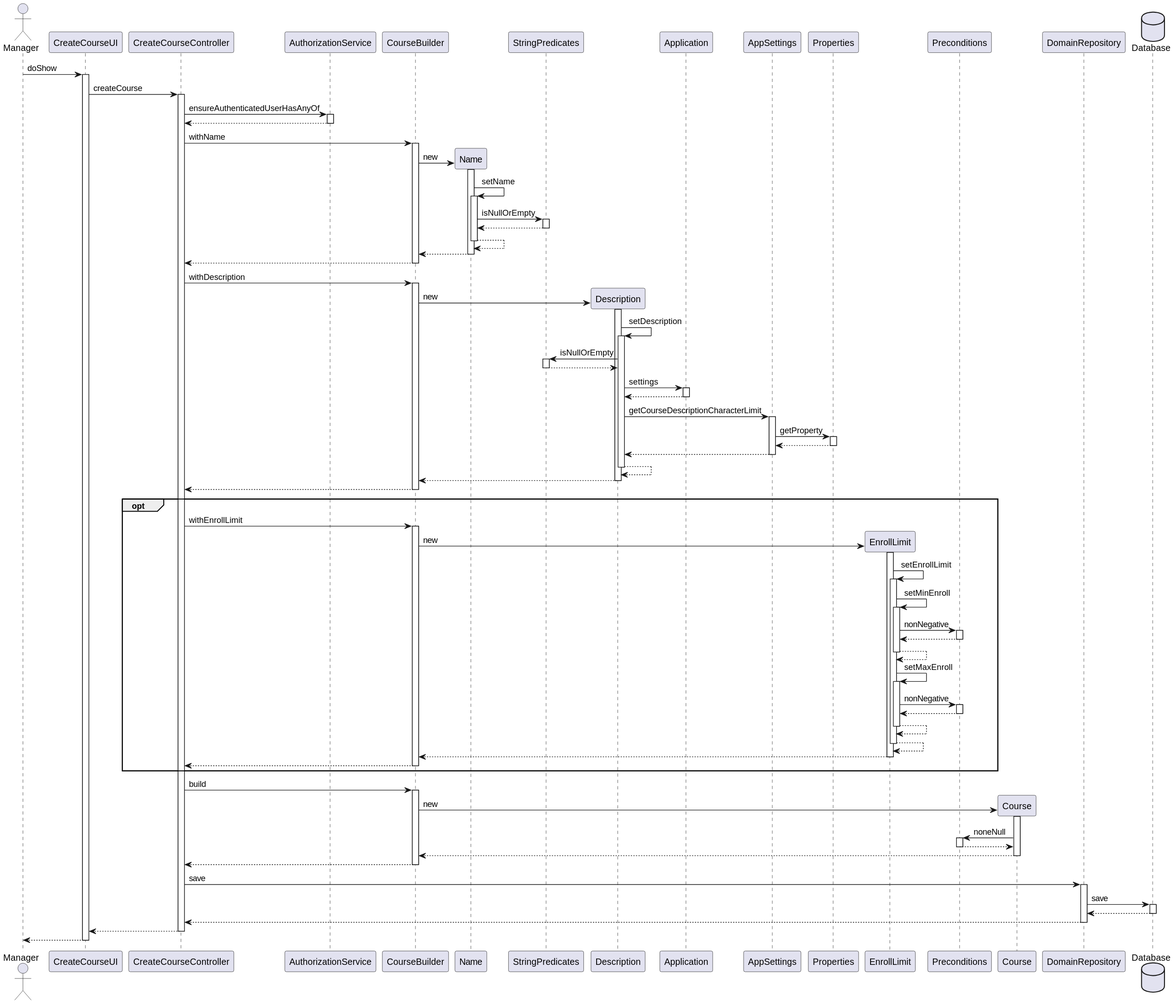
Earlier version of the PlantUML export docs/us_1002/CreateCourse_SD.svg (pedrocmesquita/eCourse). The source it was exported from:
```plantuml
@startuml
actor Manager as Actor
Actor -> CreateCourseUI : doShow
activate CreateCourseUI
CreateCourseUI -> CreateCourseController : createCourse
activate CreateCourseController
CreateCourseController -> AuthorizationService : ensureAuthenticatedUserHasAnyOf
activate AuthorizationService
AuthorizationService --> CreateCourseController
deactivate AuthorizationService
CreateCourseController -> CourseBuilder : withName
activate CourseBuilder
create Name
CourseBuilder -> Name : new
activate Name
Name -> Name : setName
activate Name
Name -> StringPredicates : isNullOrEmpty
activate StringPredicates
StringPredicates --> Name
deactivate StringPredicates
Name --> Name
deactivate Name
Name --> CourseBuilder
deactivate Name
CourseBuilder --> CreateCourseController
deactivate CourseBuilder
CreateCourseController -> CourseBuilder : withDescription
activate CourseBuilder
create Description
CourseBuilder -> Description : new
activate Description
Description -> Description : setDescription
activate Description
Description -> StringPredicates : isNullOrEmpty
activate StringPredicates
StringPredicates --> Description
deactivate StringPredicates
Description -> Application : settings
activate Application
Application --> Description
deactivate Application
Description -> AppSettings : getCourseDescriptionCharacterLimit
activate AppSettings
AppSettings -> Properties : getProperty
activate Properties
Properties --> AppSettings
deactivate Properties
AppSettings --> Description
deactivate AppSettings
Description --> Description
deactivate Description
Description --> CourseBuilder
deactivate Description
CourseBuilder --> CreateCourseController
deactivate CourseBuilder
opt
CreateCourseController -> CourseBuilder : withEnrollLimit
activate CourseBuilder
create EnrollLimit
CourseBuilder -> EnrollLimit : new
activate EnrollLimit
EnrollLimit -> EnrollLimit : setEnrollLimit
activate EnrollLimit
EnrollLimit -> EnrollLimit : setMinEnroll
activate EnrollLimit
EnrollLimit -> Preconditions : nonNegative
activate Preconditions
Preconditions --> EnrollLimit
deactivate Preconditions
EnrollLimit --> EnrollLimit
deactivate EnrollLimit
EnrollLimit -> EnrollLimit : setMaxEnroll
activate EnrollLimit
EnrollLimit -> Preconditions : nonNegative
activate Preconditions
Preconditions --> EnrollLimit
deactivate Preconditions
EnrollLimit --> EnrollLimit
deactivate EnrollLimit
EnrollLimit --> EnrollLimit
deactivate EnrollLimit
EnrollLimit --> CourseBuilder
deactivate EnrollLimit
CourseBuilder --> CreateCourseController
deactivate CourseBuilder
end
CreateCourseController -> CourseBuilder : build
activate CourseBuilder
create Course
CourseBuilder -> Course : new
activate Course
Course -> Preconditions : noneNull
activate Preconditions
Preconditions --> Course
deactivate Preconditions
Course --> CourseBuilder
deactivate Course
CourseBuilder --> CreateCourseController
deactivate CourseBuilder
CreateCourseController -> DomainRepository : save
activate DomainRepository
database Database
DomainRepository -> Database : save
activate Database
Database --> DomainRepository
deactivate Database
DomainRepository --> CreateCourseController
deactivate DomainRepository
CreateCourseController --> CreateCourseUI
deactivate CreateCourseController
return
@enduml
```
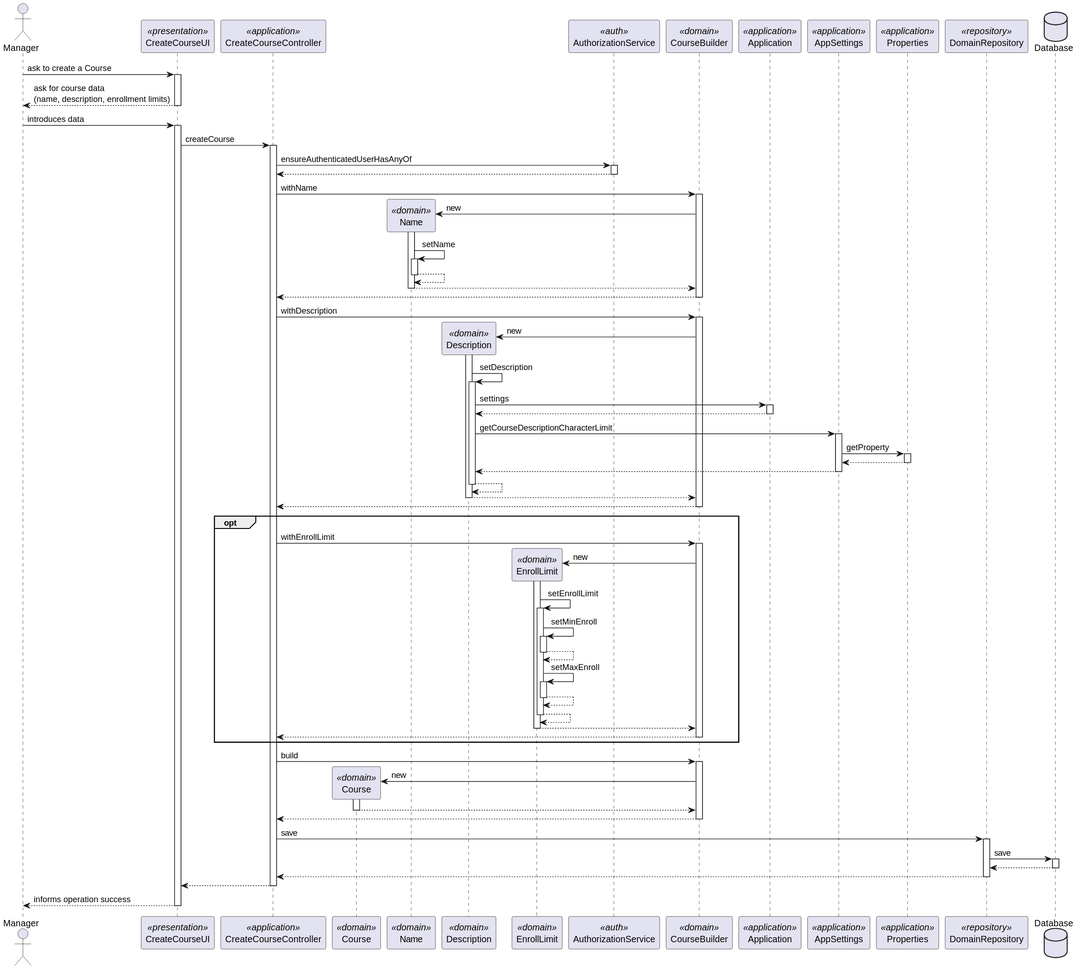
After the commit.

Commit message:
#2 Documentation update, refactor UI to remove code duplication, added course bootstrap

Change to the diagram source:
```diff
@@ -1,6 +1,24 @@
 @startuml
 actor Manager as Actor
-Actor -> CreateCourseUI : doShow
+participant CreateCourseUI as CreateCourseUI <<presentation>>
+participant CreateCourseController as CreateCourseController <<application>>
+participant Course as Course <<domain>>
+participant Name as Name <<domain>>
+participant Description as Description <<domain>>
+participant EnrollLimit as EnrollLimit <<domain>>
+participant AuthorizationService as AuthorizationService <<auth>>
+participant CourseBuilder as CourseBuilder <<domain>>
+participant Application as Application <<application>>
+participant AppSettings as AppSettings <<application>>
+participant Properties as Properties <<application>>
+participant DomainRepository as DomainRepository <<repository>>
+
+
+Actor -> CreateCourseUI : ask to create a Course
+activate CreateCourseUI
+CreateCourseUI --> Actor : ask for course data\n(name, description, enrollment limits)
+deactivate CreateCourseUI
+Actor -> CreateCourseUI : introduces data
 activate CreateCourseUI
 CreateCourseUI -> CreateCourseController : createCourse
 activate CreateCourseController
@@ -15,10 +33,6 @@
 activate Name
 Name -> Name : setName
 activate Name
-Name -> StringPredicates : isNullOrEmpty
-activate StringPredicates
-StringPredicates --> Name
-deactivate StringPredicates
 Name --> Name
 deactivate Name
 Name --> CourseBuilder
@@ -32,10 +46,6 @@
 activate Description
 Description -> Description : setDescription
 activate Description
-Description -> StringPredicates : isNullOrEmpty
-activate StringPredicates
-StringPredicates --> Description
-deactivate StringPredicates
 Description -> Application : settings
 activate Application
 Application --> Description
@@ -64,18 +74,10 @@
 activate EnrollLimit
 EnrollLimit -> EnrollLimit : setMinEnroll
 activate EnrollLimit
-EnrollLimit -> Preconditions : nonNegative
-activate Preconditions
-Preconditions --> EnrollLimit
-deactivate Preconditions
 EnrollLimit --> EnrollLimit
 deactivate EnrollLimit
 EnrollLimit -> EnrollLimit : setMaxEnroll
 activate EnrollLimit
-EnrollLimit -> Preconditions : nonNegative
-activate Preconditions
-Preconditions --> EnrollLimit
-deactivate Preconditions
 EnrollLimit --> EnrollLimit
 deactivate EnrollLimit
 EnrollLimit --> EnrollLimit
@@ -90,10 +92,6 @@
 create Course
 CourseBuilder -> Course : new
 activate Course
-Course -> Preconditions : noneNull
-activate Preconditions
-Preconditions --> Course
-deactivate Preconditions
 Course --> CourseBuilder
 deactivate Course
 CourseBuilder --> CreateCourseController
@@ -109,5 +107,5 @@
 deactivate DomainRepository
 CreateCourseController --> CreateCourseUI
 deactivate CreateCourseController
-return
+return informs operation success
 @enduml
```
